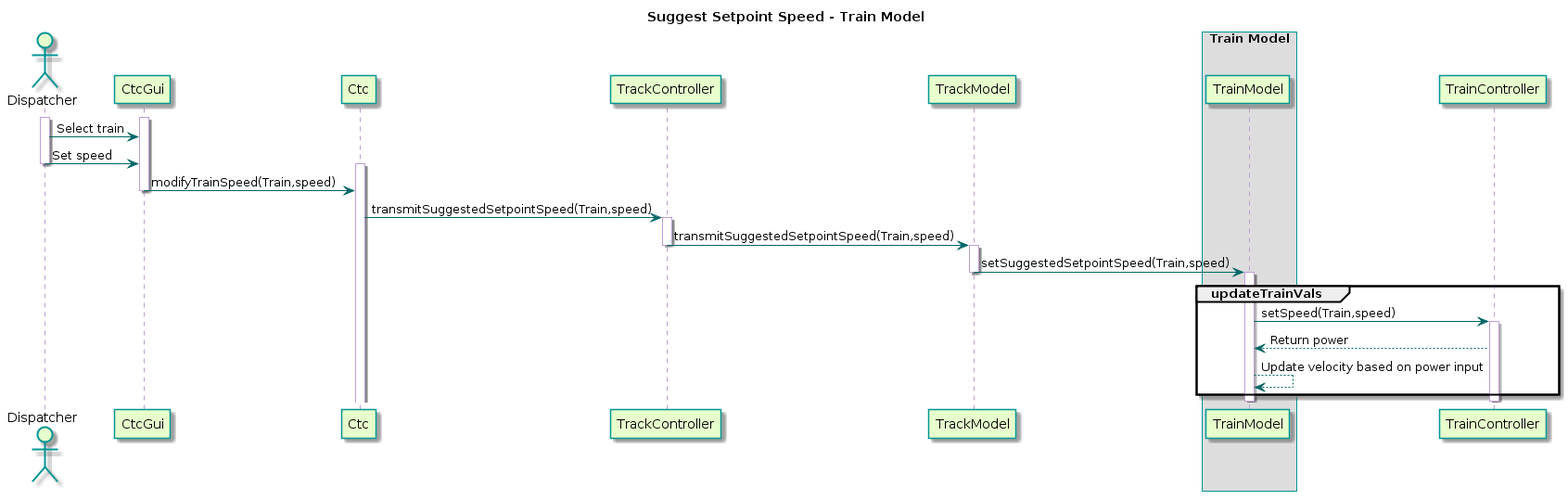
kevingilboy/COE1186 keeps this PlantUML diagram as TrainSystem/yUML/Sequence Diagrams/TrainModel/SuggestSetpoint-TrainModel.png. Above is the earlier version.
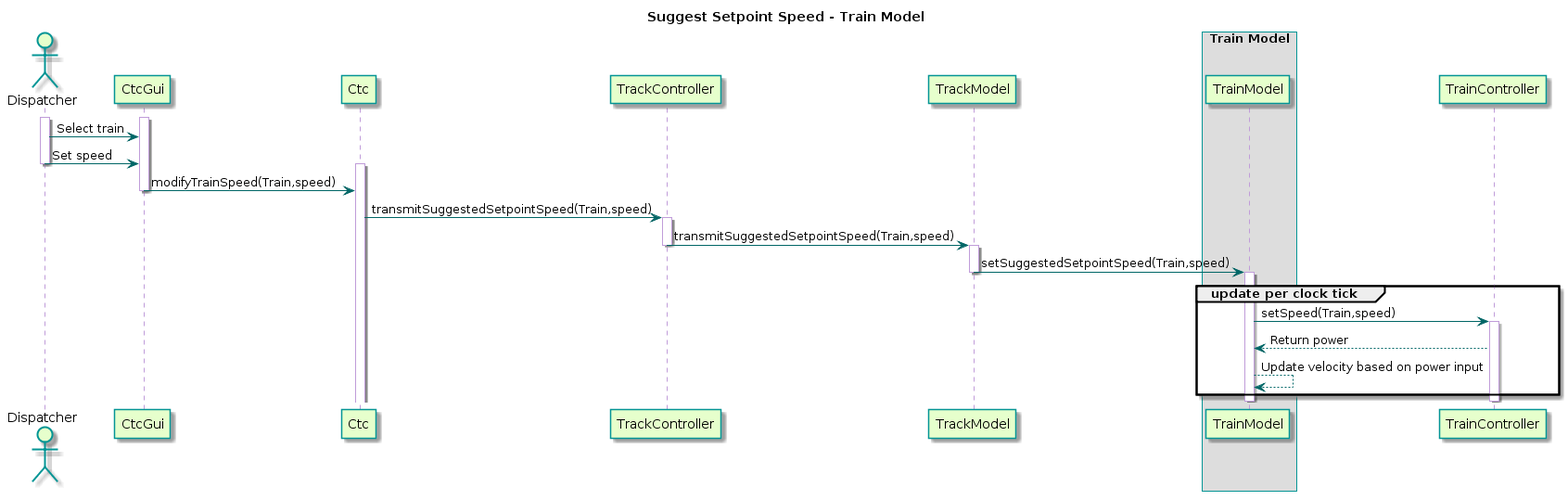
Later version of the same file.

The edit, as a diff of the source:
```diff
@@ -41,7 +41,7 @@
 TrackModel -> TrainModel : setSuggestedSetpointSpeed(Train,speed)
 deactivate TrackModel
 
-group updateTrainVals
+group update per clock tick
 activate TrainModel
 TrainModel -> TrainController : setSpeed(Train,speed)
 
```
